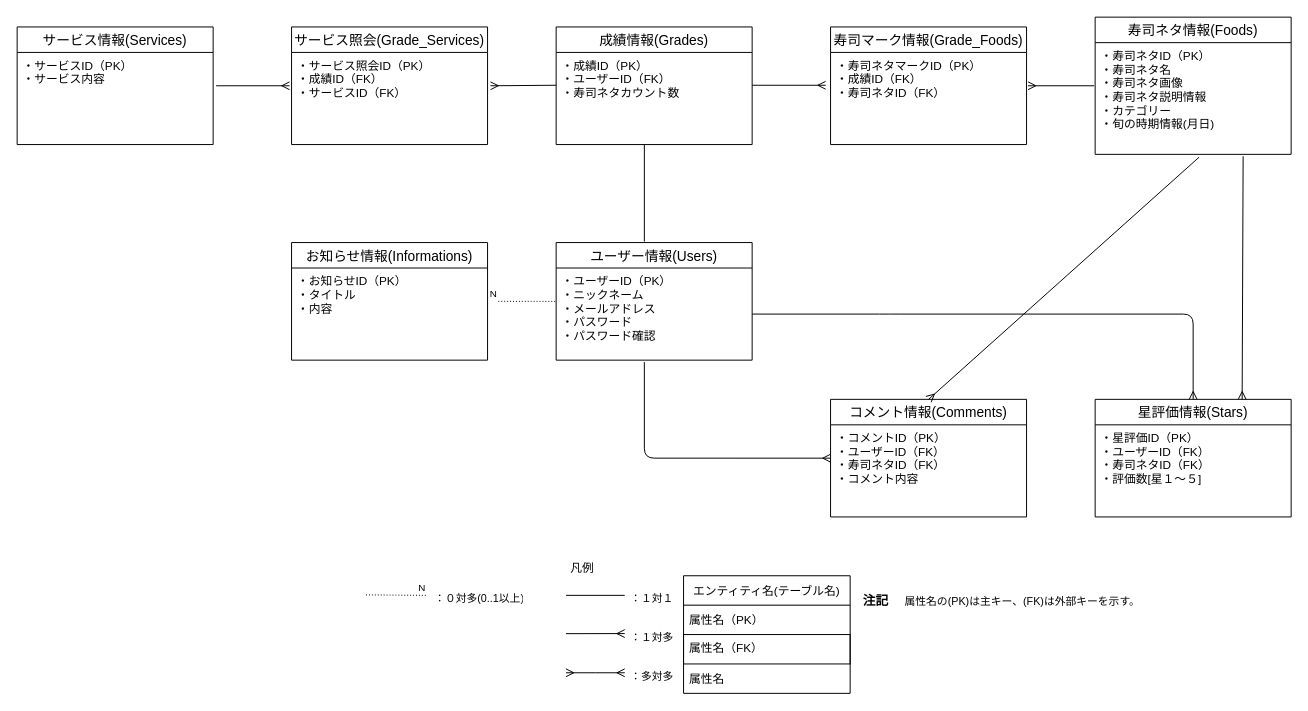
This is page "ER図" (1 of 2) of sushi_comp.dio from NO1224/sushi-comp-master, a draw.io file, before an edit. Source tidied: cells renumbered, new cells numbered last; positions are measured from the earlier drawing's top-left corner, leaving out a move shared by most shapes. Both pictures are drawn from the tidied source at 98%, with x=0, y=0 at pixel (17, 17).
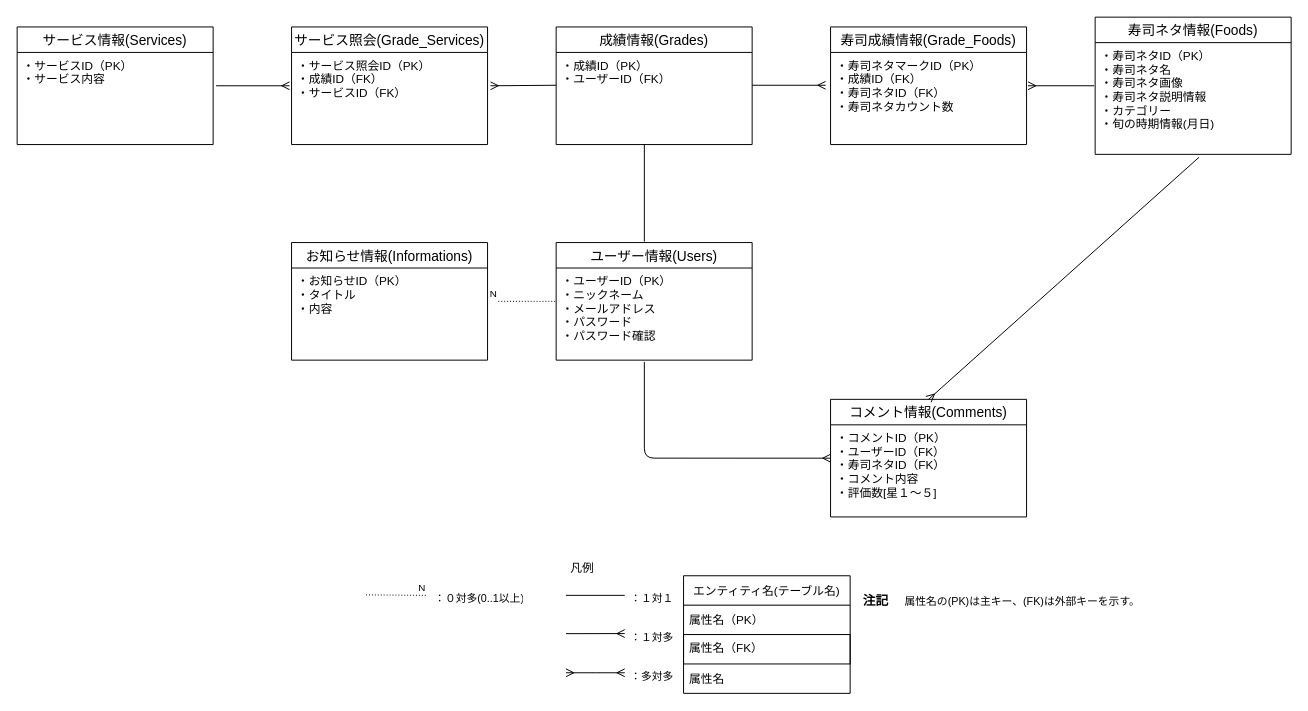
The same page after the edit.

Unchanged cells that the change refers to:
```xml
<mxCell id="16" value="・ユーザーID（PK）&#10;・ニックネーム&#10;・メールアドレス&#10;・パスワード&#10;・パスワード確認" style="text;strokeColor=none;fillColor=none;spacingLeft=4;spacingRight=4;overflow=hidden;points=[[0,0.5],[1,0.5]];portConstraint=eastwest;fontSize=12;fontStyle=0;verticalAlign=top;" parent="15" vertex="1">
  <mxGeometry y="26" width="200" height="94" as="geometry" />
</mxCell>
<mxCell id="18" value="・寿司ネタID（PK）&#10;・寿司ネタ名&#10;・寿司ネタ画像&#10;・寿司ネタ説明情報&#10;・カテゴリー&#10;・旬の時期情報(月日)&#10;" style="text;strokeColor=none;fillColor=none;spacingLeft=4;spacingRight=4;overflow=hidden;points=[[0,0.5],[1,0.5]];portConstraint=eastwest;fontSize=12;" parent="17" vertex="1">
  <mxGeometry y="26" width="200" height="114" as="geometry" />
</mxCell>
<mxCell id="19" value="コメント情報(Comments)" style="swimlane;fontStyle=0;horizontal=1;startSize=26;align=center;fontSize=14;" parent="1" vertex="1">
  <mxGeometry x="830" y="390" width="200" height="120" as="geometry" />
</mxCell>
<mxCell id="23" value="成績情報(Grades)" style="swimlane;fontStyle=0;horizontal=1;startSize=26;align=center;fontSize=14;" parent="1" vertex="1">
  <mxGeometry x="550" y="10" width="200" height="120" as="geometry" />
</mxCell>
```

Diff of the diagram source:
```diff
@@
-    <mxCell id="20" value="・コメントID（PK）&#10;・ユーザーID（FK）&#10;・寿司ネタID（FK）&#10;・コメント内容&#10;" style="text;strokeColor=none;fillColor=none;spacingLeft=4;spacingRight=4;overflow=hidden;points=[[0,0.5],[1,0.5]];portConstraint=eastwest;fontSize=12;" parent="19" vertex="1">
+    <mxCell id="20" value="・コメントID（PK）&#10;・ユーザーID（FK）&#10;・寿司ネタID（FK）&#10;・コメント内容&#10;・評価数[星１〜５]&#10;" style="text;strokeColor=none;fillColor=none;spacingLeft=4;spacingRight=4;overflow=hidden;points=[[0,0.5],[1,0.5]];portConstraint=eastwest;fontSize=12;" parent="19" vertex="1">
       <mxGeometry y="26" width="200" height="94" as="geometry" />
     </mxCell>
-    <mxCell id="21" value="星評価情報(Stars)" style="swimlane;fontStyle=0;horizontal=1;startSize=26;align=center;fontSize=14;" parent="1" vertex="1">
-      <mxGeometry x="1100" y="390" width="200" height="120" as="geometry" />
-    </mxCell>
-    <mxCell id="22" value="・星評価ID（PK）&#10;・ユーザーID（FK）&#10;・寿司ネタID（FK）&#10;・評価数[星１〜５]&#10;" style="text;strokeColor=none;fillColor=none;spacingLeft=4;spacingRight=4;overflow=hidden;fontSize=12;" parent="21" vertex="1">
-      <mxGeometry y="26" width="200" height="94" as="geometry" />
-    </mxCell>
@@
-    <mxCell id="24" value="・成績ID（PK）&#10;・ユーザーID（FK）&#10;・寿司ネタカウント数" style="text;strokeColor=none;fillColor=none;spacingLeft=4;spacingRight=4;overflow=hidden;fontSize=12;" parent="23" vertex="1">
+    <mxCell id="24" value="・成績ID（PK）&#10;・ユーザーID（FK）&#10;" style="text;strokeColor=none;fillColor=none;spacingLeft=4;spacingRight=4;overflow=hidden;fontSize=12;" parent="23" vertex="1">
       <mxGeometry y="26" width="200" height="94" as="geometry" />
     </mxCell>
@@
-    <mxCell id="34" value="寿司マーク情報(Grade_Foods)" style="swimlane;fontStyle=0;horizontal=1;startSize=26;align=center;fontSize=14;" parent="1" vertex="1">
+    <mxCell id="34" value="寿司成績情報(Grade_Foods)" style="swimlane;fontStyle=0;horizontal=1;startSize=26;align=center;fontSize=14;" parent="1" vertex="1">
       <mxGeometry x="830" y="10" width="200" height="120" as="geometry" />
     </mxCell>
-    <mxCell id="35" value="・寿司ネタマークID（PK）&#10;・成績ID（FK）&#10;・寿司ネタID（FK）&#10;" style="text;strokeColor=none;fillColor=none;spacingLeft=4;spacingRight=4;overflow=hidden;fontSize=12;" parent="34" vertex="1">
+    <mxCell id="35" value="・寿司ネタマークID（PK）&#10;・成績ID（FK）&#10;・寿司ネタID（FK）&#10;・寿司ネタカウント数&#10;" style="text;strokeColor=none;fillColor=none;spacingLeft=4;spacingRight=4;overflow=hidden;fontSize=12;" parent="34" vertex="1">
       <mxGeometry y="26" width="200" height="94" as="geometry" />
     </mxCell>
@@
-    <mxCell id="45" style="edgeStyle=none;html=1;endArrow=ERmany;endFill=0;exitX=1;exitY=0.5;exitDx=0;exitDy=0;entryX=0.5;entryY=0;entryDx=0;entryDy=0;" parent="1" edge="1" source="16" target="21">
-      <mxGeometry relative="1" as="geometry">
-        <Array as="points">
-          <mxPoint x="890" y="303" />
-          <mxPoint x="1200" y="303" />
-        </Array>
-      </mxGeometry>
-    </mxCell>
-    <mxCell id="46" style="edgeStyle=none;html=1;endArrow=ERmany;endFill=0;entryX=0.75;entryY=0;entryDx=0;entryDy=0;exitX=0.755;exitY=1.018;exitDx=0;exitDy=0;exitPerimeter=0;" parent="1" edge="1" source="18" target="21">
-      <mxGeometry relative="1" as="geometry" />
-    </mxCell>
```
